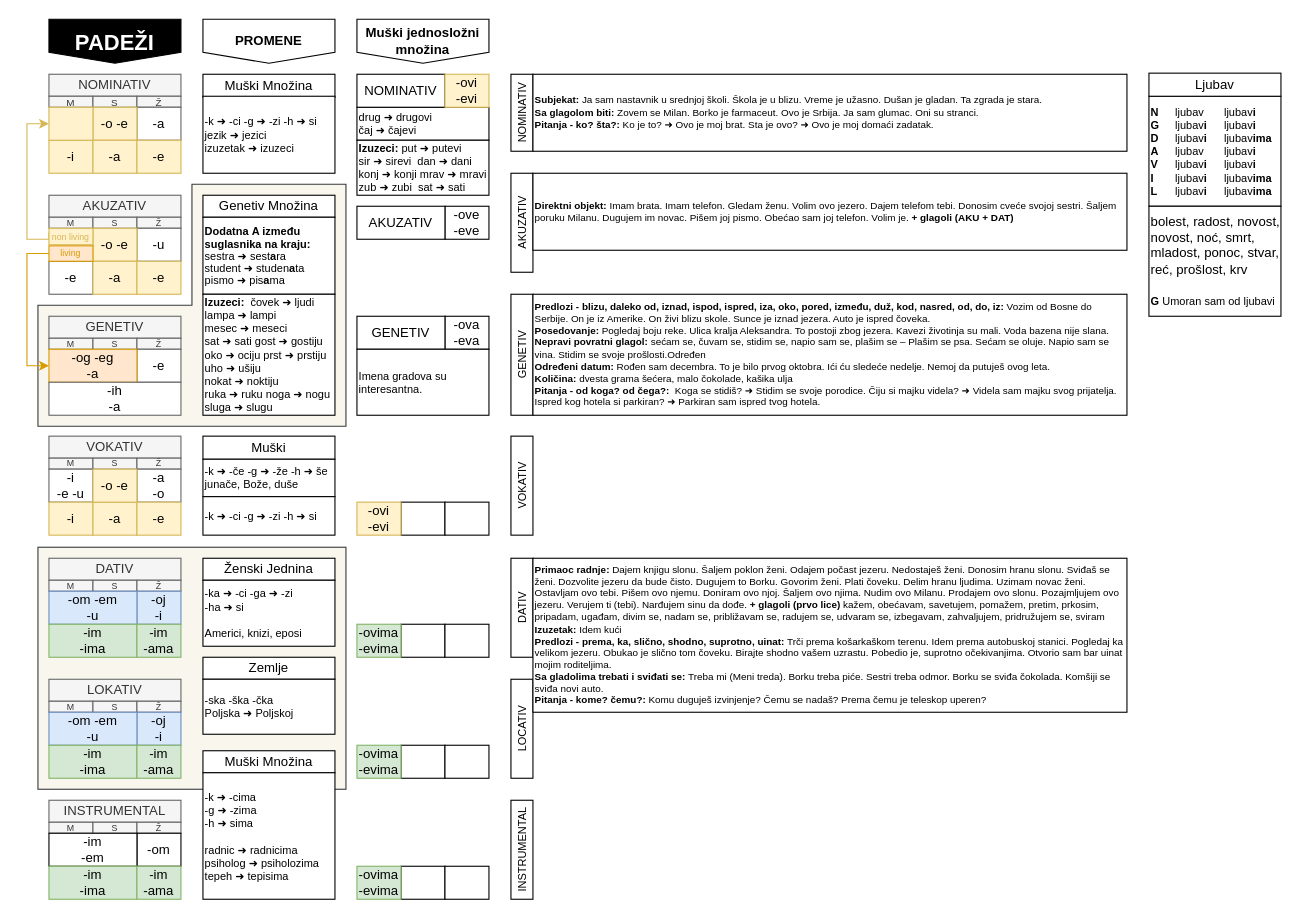
Earlier version of the draw.io diagram padezi.drawio (vlandivir/srpski). Source tidied: cells renumbered, new cells numbered last; positions are measured from the earlier drawing's top-left corner, leaving out a move shared by most shapes. Both pictures are drawn from the tidied source at 110%, with x=0, y=0 at pixel (26, 19).
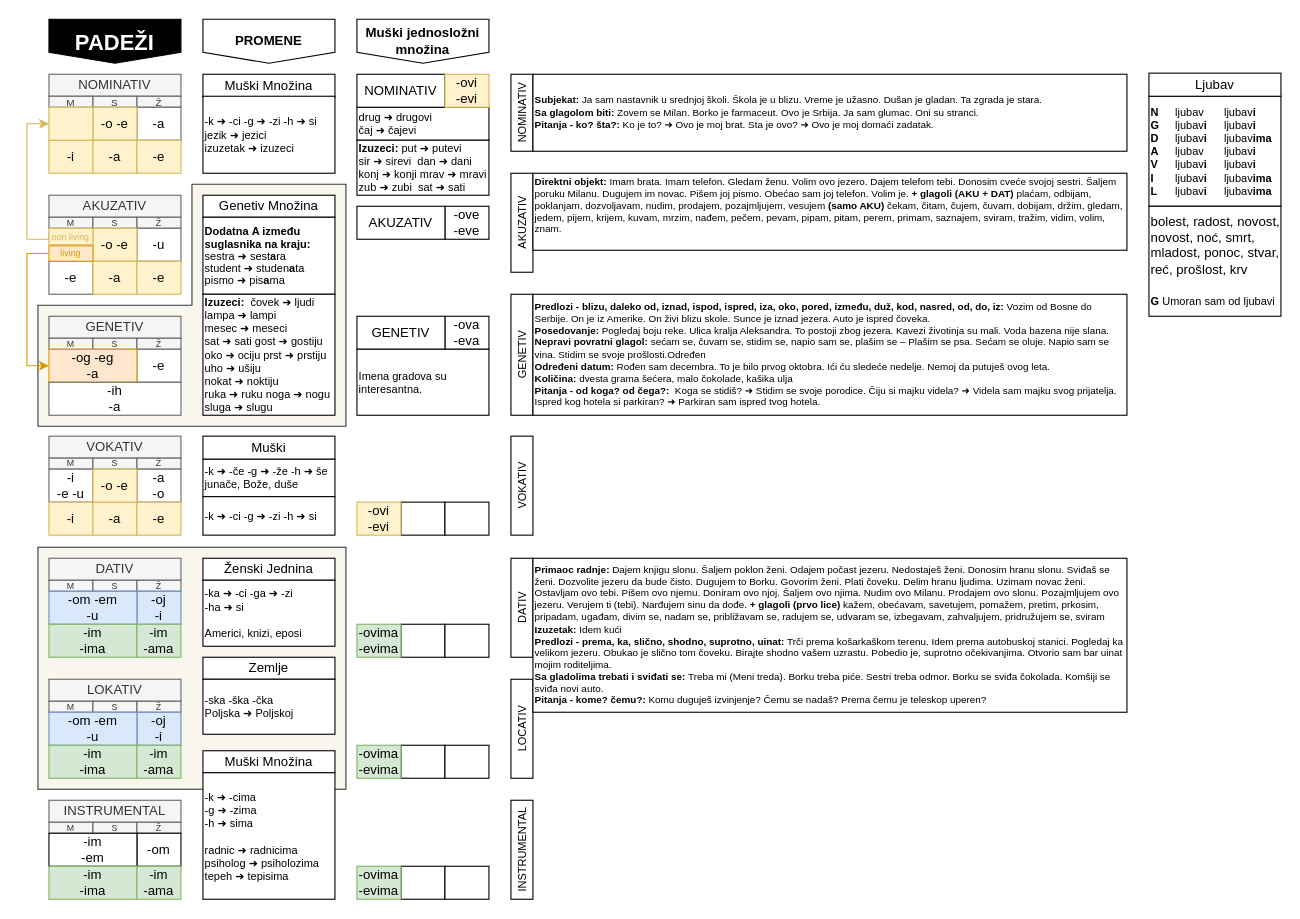
The same page after the edit.

What changed in the source:
```diff
@@
-    <mxCell id="119" value="&lt;b&gt;Direktni objekt&lt;span style=&quot;font-size: 9px;&quot;&gt;:&lt;/span&gt;&lt;/b&gt;&amp;nbsp;Imam brata. Imam telefon. Gledam ženu. Volim ovo jezero. Dajem telefom tebi. Donosim cveće svojoj sestri. Šaljem poruku Milanu. Dugujem im novac. Pišem joj pismo. Obećao sam joj telefon. Volim je. &lt;b&gt;+ glagoli (AKU + DAT)&lt;/b&gt;" style="rounded=0;whiteSpace=wrap;html=1;align=left;fontSize=9;" parent="1" vertex="1">
+    <mxCell id="119" value="&lt;b&gt;Direktni objekt&lt;span style=&quot;font-size: 9px;&quot;&gt;:&lt;/span&gt;&lt;/b&gt;&amp;nbsp;Imam brata. Imam telefon. Gledam ženu. Volim ovo jezero. Dajem telefom tebi. Donosim cveće svojoj sestri. Šaljem poruku Milanu. Dugujem im novac. Pišem joj pismo. Obećao sam joj telefon. Volim je. &lt;b&gt;+ glagoli (AKU + DAT) &lt;/b&gt;plaćam, odbijam, poklanjam, dozvoljavam, nudim, prodajem, pozajmljujem, vesujem &lt;b&gt;(samo AKU) &lt;/b&gt;čekam, čitam, čujem, čuvam, dobijam, držim, gledam, jedem, pijem, krijem, kuvam, mrzim, nađem, pečem, pevam, pipam, pitam, perem, primam, saznajem, sviram, tražim, vidim, volim, znam.&lt;br&gt;&amp;nbsp;&lt;b&gt;&amp;nbsp;&lt;/b&gt;" style="rounded=0;whiteSpace=wrap;html=1;align=left;fontSize=9;" parent="1" vertex="1">
       <mxGeometry x="460" y="140" width="540" height="70" as="geometry" />
     </mxCell>
```
